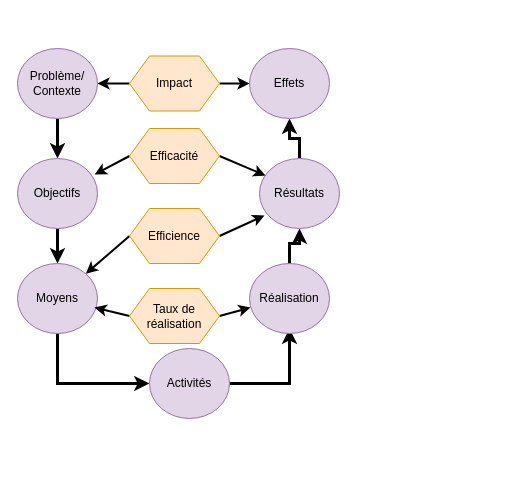
Before: presentations/Logique_intervention.drawio in fBedecarrats/spatial-impact-evaluation, a draw.io diagram. Source tidied: cells renumbered, new cells numbered last; positions are measured from the earlier drawing's top-left corner, leaving out a move shared by most shapes. Both pictures are drawn from the tidied source at 100%, with x=0, y=0 at pixel (17, 48).
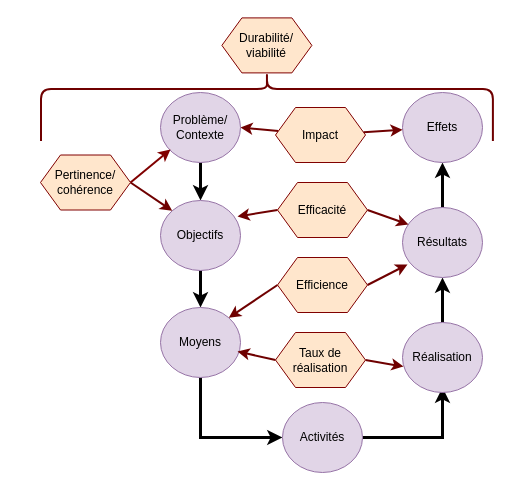
After the change.

Commit message (it also covers changes not shown here):
Mettre à jour Logique_intervention.drawio

Change to the diagram source:
```diff
@@
     <mxCell id="3" value="&lt;div&gt;Problème/&lt;/div&gt;&lt;div&gt;Contexte&lt;br&gt;&lt;/div&gt;" style="ellipse;whiteSpace=wrap;html=1;fillColor=#e1d5e7;strokeColor=#9673a6;" parent="1" vertex="1">
-      <mxGeometry width="80" height="70" as="geometry" />
+      <mxGeometry x="143" y="44" width="80" height="70" as="geometry" />
     </mxCell>
@@
     <mxCell id="5" value="&lt;div&gt;Objectifs&lt;br&gt;&lt;/div&gt;" style="ellipse;whiteSpace=wrap;html=1;fillColor=#e1d5e7;strokeColor=#9673a6;" parent="1" vertex="1">
-      <mxGeometry y="110" width="80" height="70" as="geometry" />
+      <mxGeometry x="143" y="152" width="80" height="70" as="geometry" />
     </mxCell>
@@
     <mxCell id="7" value="Moyens" style="ellipse;whiteSpace=wrap;html=1;fillColor=#e1d5e7;strokeColor=#9673a6;" parent="1" vertex="1">
-      <mxGeometry y="215" width="80" height="70" as="geometry" />
+      <mxGeometry x="143" y="259" width="80" height="70" as="geometry" />
     </mxCell>
@@
     <mxCell id="9" value="Activités" style="ellipse;whiteSpace=wrap;html=1;fillColor=#e1d5e7;strokeColor=#9673a6;" parent="1" vertex="1">
-      <mxGeometry x="132" y="300" width="80" height="70" as="geometry" />
+      <mxGeometry x="265" y="354" width="80" height="70" as="geometry" />
     </mxCell>
@@
     <mxCell id="11" value="Réalisation" style="ellipse;whiteSpace=wrap;html=1;fillColor=#e1d5e7;strokeColor=#9673a6;" parent="1" vertex="1">
-      <mxGeometry x="232" y="215" width="80" height="70" as="geometry" />
+      <mxGeometry x="385" y="274" width="80" height="70" as="geometry" />
     </mxCell>
@@
     <mxCell id="13" value="Résultats" style="ellipse;whiteSpace=wrap;html=1;fillColor=#e1d5e7;strokeColor=#9673a6;" parent="1" vertex="1">
-      <mxGeometry x="242" y="110" width="80" height="70" as="geometry" />
+      <mxGeometry x="385" y="159" width="80" height="70" as="geometry" />
     </mxCell>
     <mxCell id="14" value="Effets" style="ellipse;whiteSpace=wrap;html=1;fillColor=#e1d5e7;strokeColor=#9673a6;" parent="1" vertex="1">
-      <mxGeometry x="232" width="80" height="70" as="geometry" />
+      <mxGeometry x="385" y="44" width="80" height="70" as="geometry" />
     </mxCell>
-    <mxCell id="15" style="edgeStyle=orthogonalEdgeStyle;rounded=0;jettySize=auto;html=1;strokeWidth=2;" parent="1" edge="1" source="17" target="14">
+    <mxCell id="15" style="rounded=0;jettySize=auto;html=1;strokeWidth=2;strokeColor=#6F0000;" parent="1" edge="1" source="17" target="14">
       <mxGeometry relative="1" as="geometry" />
     </mxCell>
-    <mxCell id="16" style="edgeStyle=orthogonalEdgeStyle;rounded=0;jettySize=auto;html=1;entryX=1;entryY=0.5;entryDx=0;entryDy=0;strokeWidth=2;" parent="1" edge="1" source="17" target="3">
+    <mxCell id="16" style="rounded=0;jettySize=auto;html=1;entryX=1;entryY=0.5;entryDx=0;entryDy=0;strokeWidth=2;strokeColor=#6F0000;" parent="1" edge="1" source="17" target="3">
       <mxGeometry relative="1" as="geometry" />
     </mxCell>
-    <mxCell id="17" value="Impact" style="shape=hexagon;perimeter=hexagonPerimeter2;whiteSpace=wrap;html=1;fixedSize=1;fillColor=#ffe6cc;strokeColor=#d79b00;" parent="1" vertex="1">
-      <mxGeometry x="112" y="7.5" width="90" height="55" as="geometry" />
+    <mxCell id="17" value="Impact" style="shape=hexagon;perimeter=hexagonPerimeter2;whiteSpace=wrap;html=1;fixedSize=1;fillColor=#ffe6cc;strokeColor=#800000;" parent="1" vertex="1">
+      <mxGeometry x="258" y="59" width="90" height="55" as="geometry" />
     </mxCell>
-    <mxCell id="18" style="rounded=0;jettySize=auto;html=1;exitX=1;exitY=0.5;exitDx=0;exitDy=0;strokeWidth=2;entryX=0.013;entryY=0.629;entryDx=0;entryDy=0;entryPerimeter=0;" parent="1" edge="1" source="20" target="11">
+    <mxCell id="18" style="rounded=0;jettySize=auto;html=1;exitX=1;exitY=0.5;exitDx=0;exitDy=0;strokeWidth=2;entryX=0.013;entryY=0.629;entryDx=0;entryDy=0;entryPerimeter=0;fillColor=#a20025;strokeColor=#6F0000;" parent="1" edge="1" source="20" target="11">
       <mxGeometry relative="1" as="geometry" />
     </mxCell>
-    <mxCell id="19" style="rounded=0;jettySize=auto;html=1;exitX=0;exitY=0.5;exitDx=0;exitDy=0;strokeWidth=2;entryX=0.963;entryY=0.629;entryDx=0;entryDy=0;entryPerimeter=0;" parent="1" edge="1" source="20" target="7">
+    <mxCell id="19" style="rounded=0;jettySize=auto;html=1;exitX=0;exitY=0.5;exitDx=0;exitDy=0;strokeWidth=2;entryX=0.963;entryY=0.629;entryDx=0;entryDy=0;entryPerimeter=0;strokeColor=#6F0000;" parent="1" edge="1" source="20" target="7">
       <mxGeometry relative="1" as="geometry" />
     </mxCell>
-    <mxCell id="20" value="Taux de réalisation" style="shape=hexagon;perimeter=hexagonPerimeter2;whiteSpace=wrap;html=1;fixedSize=1;fillColor=#ffe6cc;strokeColor=#d79b00;" parent="1" vertex="1">
-      <mxGeometry x="112" y="240" width="90" height="55" as="geometry" />
+    <mxCell id="20" value="Taux de réalisation" style="shape=hexagon;perimeter=hexagonPerimeter2;whiteSpace=wrap;html=1;fixedSize=1;fillColor=#ffe6cc;strokeColor=#800000;" parent="1" vertex="1">
+      <mxGeometry x="258" y="284" width="90" height="55" as="geometry" />
     </mxCell>
-    <mxCell id="21" style="rounded=0;jettySize=auto;html=1;entryX=0.075;entryY=0.243;entryDx=0;entryDy=0;strokeWidth=2;exitX=1;exitY=0.5;exitDx=0;exitDy=0;entryPerimeter=0;" parent="1" edge="1" source="23" target="13">
+    <mxCell id="21" style="rounded=0;jettySize=auto;html=1;entryX=0.075;entryY=0.243;entryDx=0;entryDy=0;strokeWidth=2;exitX=1;exitY=0.5;exitDx=0;exitDy=0;entryPerimeter=0;fillColor=#a20025;strokeColor=#6F0000;" parent="1" edge="1" source="23" target="13">
       <mxGeometry relative="1" as="geometry" />
     </mxCell>
-    <mxCell id="22" style="rounded=0;jettySize=auto;html=1;exitX=0;exitY=0.5;exitDx=0;exitDy=0;entryX=0.963;entryY=0.229;entryDx=0;entryDy=0;entryPerimeter=0;strokeWidth=2;" parent="1" edge="1" source="23" target="5">
+    <mxCell id="22" style="rounded=0;jettySize=auto;html=1;exitX=0;exitY=0.5;exitDx=0;exitDy=0;entryX=0.963;entryY=0.229;entryDx=0;entryDy=0;entryPerimeter=0;strokeWidth=2;strokeColor=#6F0000;" parent="1" edge="1" source="23" target="5">
       <mxGeometry relative="1" as="geometry" />
     </mxCell>
-    <mxCell id="23" value="Efficacité" style="shape=hexagon;perimeter=hexagonPerimeter2;whiteSpace=wrap;html=1;fixedSize=1;fillColor=#ffe6cc;strokeColor=#d79b00;" parent="1" vertex="1">
-      <mxGeometry x="112" y="80" width="90" height="55" as="geometry" />
+    <mxCell id="23" value="Efficacité" style="shape=hexagon;perimeter=hexagonPerimeter2;whiteSpace=wrap;html=1;fixedSize=1;fillColor=#ffe6cc;strokeColor=#800000;" parent="1" vertex="1">
+      <mxGeometry x="260" y="134" width="90" height="55" as="geometry" />
     </mxCell>
-    <mxCell id="24" style="rounded=0;jettySize=auto;html=1;entryX=0.063;entryY=0.814;entryDx=0;entryDy=0;strokeWidth=2;exitX=1;exitY=0.5;exitDx=0;exitDy=0;entryPerimeter=0;" parent="1" edge="1" source="26" target="13">
+    <mxCell id="24" style="rounded=0;jettySize=auto;html=1;entryX=0.063;entryY=0.814;entryDx=0;entryDy=0;strokeWidth=2;exitX=1;exitY=0.5;exitDx=0;exitDy=0;entryPerimeter=0;fillColor=#a20025;strokeColor=#6F0000;" parent="1" edge="1" source="26" target="13">
       <mxGeometry relative="1" as="geometry" />
     </mxCell>
-    <mxCell id="25" style="rounded=0;jettySize=auto;html=1;exitX=0;exitY=0.5;exitDx=0;exitDy=0;entryX=1;entryY=0;entryDx=0;entryDy=0;strokeWidth=2;" parent="1" edge="1" source="26" target="7">
+    <mxCell id="25" style="rounded=0;jettySize=auto;html=1;exitX=0;exitY=0.5;exitDx=0;exitDy=0;entryX=1;entryY=0;entryDx=0;entryDy=0;strokeWidth=2;strokeColor=#6F0000;" parent="1" edge="1" source="26" target="7">
       <mxGeometry relative="1" as="geometry" />
     </mxCell>
-    <mxCell id="26" value="Efficience" style="shape=hexagon;perimeter=hexagonPerimeter2;whiteSpace=wrap;html=1;fixedSize=1;fillColor=#ffe6cc;strokeColor=#d79b00;" parent="1" vertex="1">
-      <mxGeometry x="112" y="160" width="90" height="55" as="geometry" />
+    <mxCell id="26" value="Efficience" style="shape=hexagon;perimeter=hexagonPerimeter2;whiteSpace=wrap;html=1;fixedSize=1;fillColor=#ffe6cc;strokeColor=#800000;" parent="1" vertex="1">
+      <mxGeometry x="260" y="209" width="90" height="55" as="geometry" />
     </mxCell>
+    <mxCell id="27" style="rounded=0;jettySize=auto;html=1;entryX=0;entryY=0;entryDx=0;entryDy=0;exitX=1;exitY=0.5;exitDx=0;exitDy=0;strokeWidth=2;fillColor=#a20025;strokeColor=#6F0000;" parent="1" edge="1" source="28" target="5">
+      <mxGeometry relative="1" as="geometry" />
+    </mxCell>
+    <mxCell id="28" value="&lt;div&gt;Pertinence/&lt;/div&gt;&lt;div&gt;cohérence&lt;br&gt;&lt;/div&gt;" style="shape=hexagon;perimeter=hexagonPerimeter2;whiteSpace=wrap;html=1;fixedSize=1;fillColor=#ffe6cc;strokeColor=#800000;" parent="1" vertex="1">
+      <mxGeometry x="23" y="106.5" width="90" height="55" as="geometry" />
+    </mxCell>
+    <mxCell id="29" style="rounded=0;jettySize=auto;html=1;entryX=0.125;entryY=0.814;entryDx=0;entryDy=0;entryPerimeter=0;exitX=1;exitY=0.5;exitDx=0;exitDy=0;strokeWidth=2;strokeColor=#800000;" parent="1" edge="1" source="28" target="3">
+      <mxGeometry relative="1" as="geometry" />
+    </mxCell>
+    <mxCell id="30" value="Durabilité/ viabilité" style="shape=hexagon;perimeter=hexagonPerimeter2;whiteSpace=wrap;html=1;fixedSize=1;fillColor=#ffe6cc;strokeColor=#800000;" parent="1" vertex="1">
+      <mxGeometry x="204.4" y="-30.6" width="90" height="55" as="geometry" />
+    </mxCell>
+    <mxCell id="31" style="shape=curlyBracket;whiteSpace=wrap;html=1;rounded=1;labelPosition=left;verticalLabelPosition=middle;align=right;verticalAlign=middle;rotation=90;size=0.24673250072611108;strokeWidth=2;fillColor=#a20025;fontColor=#ffffff;strokeColor=#6F0000;" parent="1" vertex="1">
+      <mxGeometry x="215" y="-167.9" width="68.9" height="451.9" as="geometry" />
+    </mxCell>
```
